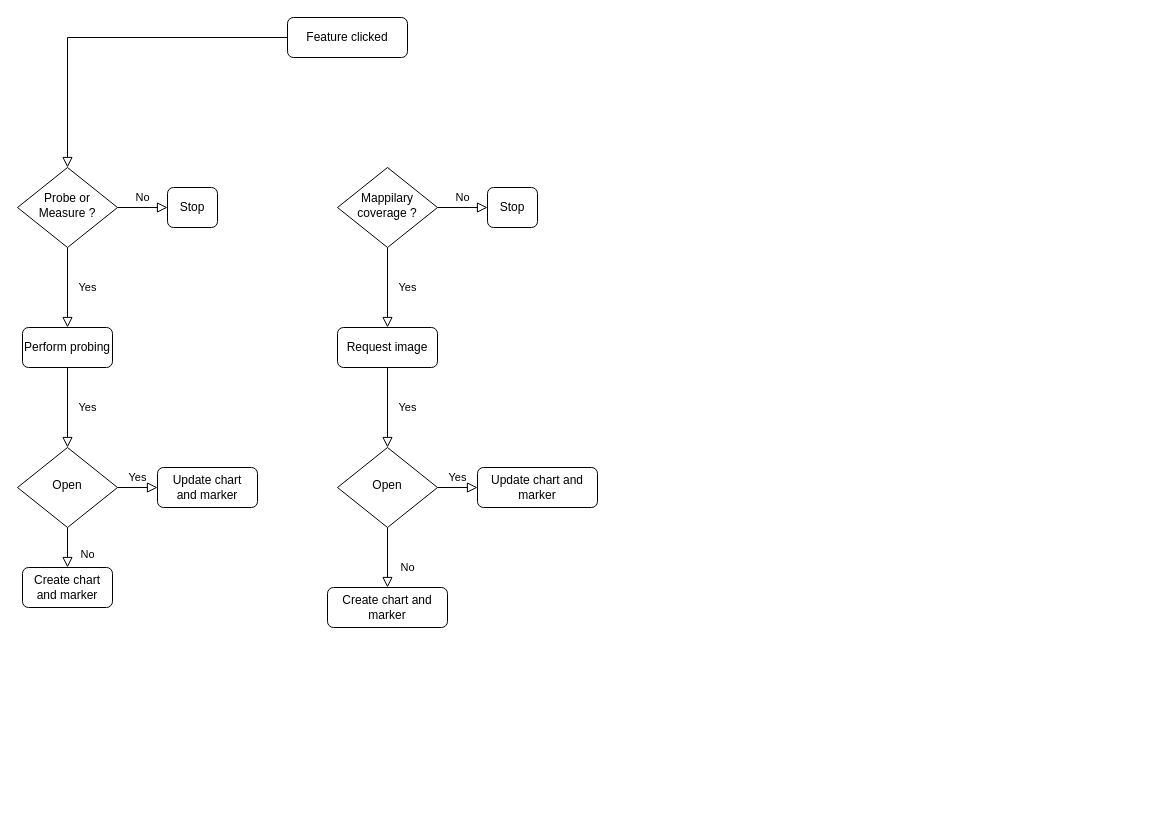
This is docs/assets/Widgets Workflow Diagram.drawio from kalisio/kdk, a draw.io file, before an edit. Source tidied: cells renumbered, new cells numbered last; positions are measured from the earlier drawing's top-left corner, leaving out a move shared by most shapes. Both pictures are drawn from the tidied source at 100%, with x=0, y=0 at pixel (17, 17).
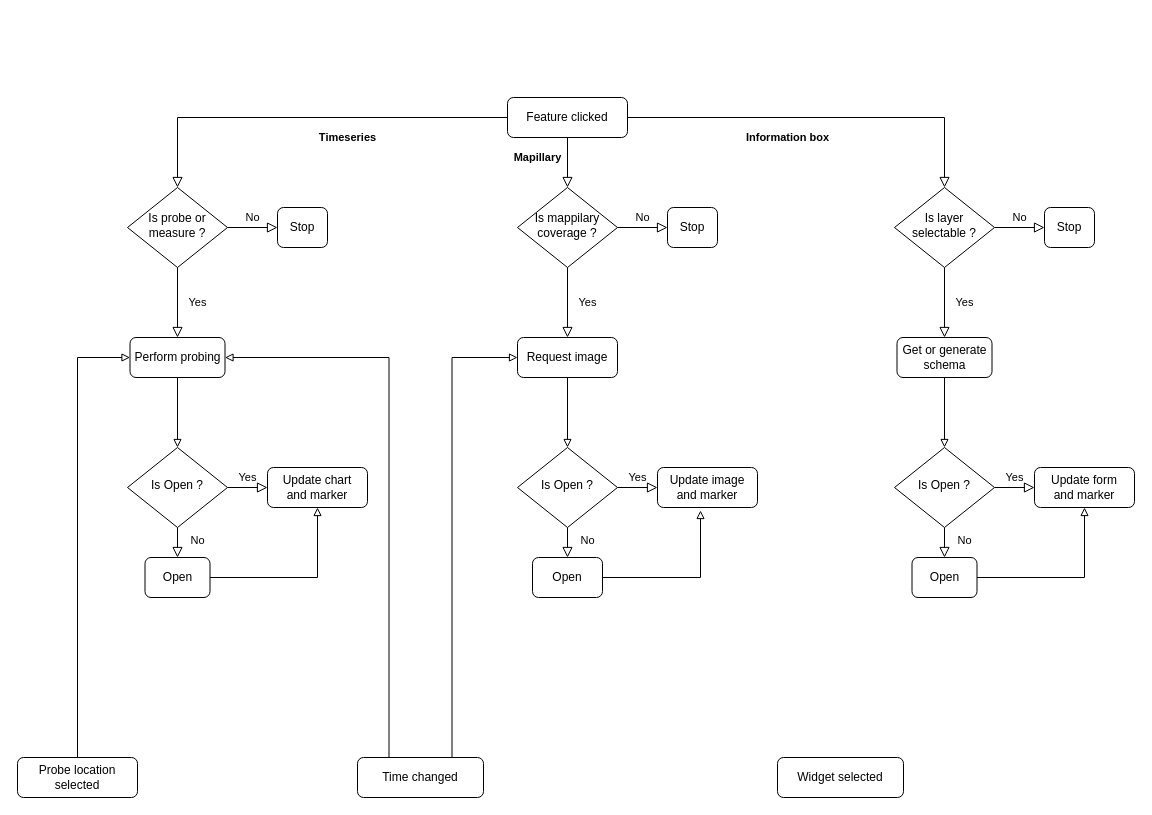
After the change.

Diff of the diagram source:
```diff
@@
-    <mxCell id="2" style="rounded=0;html=1;jettySize=auto;fontSize=11;endArrow=block;endFill=0;endSize=8;strokeWidth=1;shadow=0;labelBackgroundColor=none;edgeStyle=orthogonalEdgeStyle;" parent="1" edge="1" source="3" target="6">
-      <mxGeometry relative="1" as="geometry" />
+    <mxCell id="2" value="Timeseries" style="rounded=0;html=1;jettySize=auto;fontSize=11;endArrow=block;endFill=0;endSize=8;strokeWidth=1;shadow=0;labelBackgroundColor=none;edgeStyle=orthogonalEdgeStyle;fontStyle=1;" parent="1" edge="1" source="3" target="6">
+      <mxGeometry x="0.75" y="170" relative="1" as="geometry" />
     </mxCell>
     <mxCell id="3" value="Feature clicked" style="rounded=1;whiteSpace=wrap;html=1;fontSize=12;glass=0;strokeWidth=1;shadow=0;" parent="1" vertex="1">
-      <mxGeometry x="270" width="120" height="40" as="geometry" />
+      <mxGeometry x="490" y="80" width="120" height="40" as="geometry" />
     </mxCell>
@@
-    <mxCell id="6" value="Probe or Measure ?" style="rhombus;whiteSpace=wrap;html=1;shadow=0;fontFamily=Helvetica;fontSize=12;align=center;strokeWidth=1;spacing=6;spacingTop=-4;" parent="1" vertex="1">
-      <mxGeometry y="150" width="100" height="80" as="geometry" />
+    <mxCell id="6" value="Is probe or measure ?" style="rhombus;whiteSpace=wrap;html=1;shadow=0;fontFamily=Helvetica;fontSize=12;align=center;strokeWidth=1;spacing=6;spacingTop=-4;" parent="1" vertex="1">
+      <mxGeometry x="110" y="170" width="100" height="80" as="geometry" />
     </mxCell>
     <mxCell id="7" value="Stop" style="rounded=1;whiteSpace=wrap;html=1;fontSize=12;glass=0;strokeWidth=1;shadow=0;" parent="1" vertex="1">
-      <mxGeometry x="150" y="170" width="50" height="40" as="geometry" />
+      <mxGeometry x="260" y="190" width="50" height="40" as="geometry" />
     </mxCell>
@@
-    <mxCell id="10" value="Open" style="rhombus;whiteSpace=wrap;html=1;shadow=0;fontFamily=Helvetica;fontSize=12;align=center;strokeWidth=1;spacing=6;spacingTop=-4;" parent="1" vertex="1">
-      <mxGeometry y="430" width="100" height="80" as="geometry" />
+    <mxCell id="10" value="Is Open ?" style="rhombus;whiteSpace=wrap;html=1;shadow=0;fontFamily=Helvetica;fontSize=12;align=center;strokeWidth=1;spacing=6;spacingTop=-4;" parent="1" vertex="1">
+      <mxGeometry x="110" y="430" width="100" height="80" as="geometry" />
     </mxCell>
-    <mxCell id="11" value="Create chart&lt;br&gt;and marker" style="rounded=1;whiteSpace=wrap;html=1;fontSize=12;glass=0;strokeWidth=1;shadow=0;" parent="1" vertex="1">
-      <mxGeometry x="5" y="550" width="90" height="40" as="geometry" />
+    <mxCell id="11" value="Open" style="rounded=1;whiteSpace=wrap;html=1;fontSize=12;glass=0;strokeWidth=1;shadow=0;" parent="1" vertex="1">
+      <mxGeometry x="127.5" y="540" width="65" height="40" as="geometry" />
     </mxCell>
     <mxCell id="12" value="Update chart&lt;br&gt;and marker" style="rounded=1;whiteSpace=wrap;html=1;fontSize=12;glass=0;strokeWidth=1;shadow=0;" parent="1" vertex="1">
-      <mxGeometry x="140" y="450" width="100" height="40" as="geometry" />
+      <mxGeometry x="250" y="450" width="100" height="40" as="geometry" />
     </mxCell>
+    <mxCell id="14" style="edgeStyle=orthogonalEdgeStyle;rounded=0;jettySize=auto;html=1;exitX=0.5;exitY=1;exitDx=0;exitDy=0;entryX=0.5;entryY=0;entryDx=0;entryDy=0;endArrow=block;endFill=0;" parent="1" edge="1" source="13" target="10">
+      <mxGeometry relative="1" as="geometry" />
+    </mxCell>
     <mxCell id="13" value="Perform probing" style="rounded=1;whiteSpace=wrap;html=1;fontSize=12;glass=0;strokeWidth=1;shadow=0;" parent="1" vertex="1">
-      <mxGeometry x="5" y="310" width="90" height="40" as="geometry" />
+      <mxGeometry x="112.5" y="320" width="95" height="40" as="geometry" />
     </mxCell>
-    <mxCell id="14" value="Yes" style="rounded=0;html=1;jettySize=auto;fontSize=11;endArrow=block;endFill=0;endSize=8;strokeWidth=1;shadow=0;labelBackgroundColor=none;edgeStyle=orthogonalEdgeStyle;entryX=0.5;entryY=0;entryDx=0;entryDy=0;exitX=0.5;exitY=1;exitDx=0;exitDy=0;" parent="1" edge="1" source="13" target="10">
-      <mxGeometry y="20" relative="1" as="geometry" />
-    </mxCell>
@@
-    <mxCell id="17" value="Mappilary coverage ?" style="rhombus;whiteSpace=wrap;html=1;shadow=0;fontFamily=Helvetica;fontSize=12;align=center;strokeWidth=1;spacing=6;spacingTop=-4;" parent="1" vertex="1">
-      <mxGeometry x="320" y="150" width="100" height="80" as="geometry" />
+    <mxCell id="17" value="Is mappilary coverage ?" style="rhombus;whiteSpace=wrap;html=1;shadow=0;fontFamily=Helvetica;fontSize=12;align=center;strokeWidth=1;spacing=6;spacingTop=-4;" parent="1" vertex="1">
+      <mxGeometry x="500" y="170" width="100" height="80" as="geometry" />
     </mxCell>
     <mxCell id="18" value="Stop" style="rounded=1;whiteSpace=wrap;html=1;fontSize=12;glass=0;strokeWidth=1;shadow=0;" parent="1" vertex="1">
-      <mxGeometry x="470" y="170" width="50" height="40" as="geometry" />
+      <mxGeometry x="650" y="190" width="50" height="40" as="geometry" />
     </mxCell>
-    <mxCell id="19" value="No" style="rounded=0;html=1;jettySize=auto;fontSize=11;endArrow=block;endFill=0;endSize=8;strokeWidth=1;shadow=0;labelBackgroundColor=none;edgeStyle=orthogonalEdgeStyle;" parent="1" edge="1" source="21" target="22">
+    <mxCell id="19" value="No" style="rounded=0;html=1;jettySize=auto;fontSize=11;endArrow=block;endFill=0;endSize=8;strokeWidth=1;shadow=0;labelBackgroundColor=none;edgeStyle=orthogonalEdgeStyle;entryX=0.5;entryY=0;entryDx=0;entryDy=0;" parent="1" edge="1" source="21" target="22">
       <mxGeometry x="0.33" y="20" relative="1" as="geometry" />
     </mxCell>
@@
-    <mxCell id="21" value="Open" style="rhombus;whiteSpace=wrap;html=1;shadow=0;fontFamily=Helvetica;fontSize=12;align=center;strokeWidth=1;spacing=6;spacingTop=-4;" parent="1" vertex="1">
-      <mxGeometry x="320" y="430" width="100" height="80" as="geometry" />
+    <mxCell id="21" value="Is Open ?" style="rhombus;whiteSpace=wrap;html=1;shadow=0;fontFamily=Helvetica;fontSize=12;align=center;strokeWidth=1;spacing=6;spacingTop=-4;" parent="1" vertex="1">
+      <mxGeometry x="500" y="430" width="100" height="80" as="geometry" />
     </mxCell>
-    <mxCell id="22" value="Create chart and marker" style="rounded=1;whiteSpace=wrap;html=1;fontSize=12;glass=0;strokeWidth=1;shadow=0;" parent="1" vertex="1">
-      <mxGeometry x="310" y="570" width="120" height="40" as="geometry" />
+    <mxCell id="22" value="Open" style="rounded=1;whiteSpace=wrap;html=1;fontSize=12;glass=0;strokeWidth=1;shadow=0;" parent="1" vertex="1">
+      <mxGeometry x="515" y="540" width="70" height="40" as="geometry" />
     </mxCell>
-    <mxCell id="23" value="Update chart and marker" style="rounded=1;whiteSpace=wrap;html=1;fontSize=12;glass=0;strokeWidth=1;shadow=0;" parent="1" vertex="1">
-      <mxGeometry x="460" y="450" width="120" height="40" as="geometry" />
+    <mxCell id="23" value="Update image&lt;br&gt;and marker" style="rounded=1;whiteSpace=wrap;html=1;fontSize=12;glass=0;strokeWidth=1;shadow=0;" parent="1" vertex="1">
+      <mxGeometry x="640" y="450" width="100" height="40" as="geometry" />
     </mxCell>
     <mxCell id="24" value="Request image" style="rounded=1;whiteSpace=wrap;html=1;fontSize=12;glass=0;strokeWidth=1;shadow=0;" parent="1" vertex="1">
-      <mxGeometry x="320" y="310" width="100" height="40" as="geometry" />
+      <mxGeometry x="500" y="320" width="100" height="40" as="geometry" />
     </mxCell>
+    <mxCell id="26" style="edgeStyle=orthogonalEdgeStyle;rounded=0;jettySize=auto;html=1;exitX=1;exitY=0.5;exitDx=0;exitDy=0;entryX=0.5;entryY=1;entryDx=0;entryDy=0;endArrow=block;endFill=0;" parent="1" edge="1" source="11" target="12">
+      <mxGeometry relative="1" as="geometry" />
+    </mxCell>
-    <mxCell id="25" value="Yes" style="rounded=0;html=1;jettySize=auto;fontSize=11;endArrow=block;endFill=0;endSize=8;strokeWidth=1;shadow=0;labelBackgroundColor=none;edgeStyle=orthogonalEdgeStyle;entryX=0.5;entryY=0;entryDx=0;entryDy=0;exitX=0.5;exitY=1;exitDx=0;exitDy=0;" parent="1" edge="1" source="24" target="21">
-      <mxGeometry y="20" relative="1" as="geometry" />
+    <mxCell id="25" style="edgeStyle=orthogonalEdgeStyle;rounded=0;jettySize=auto;html=1;exitX=0.5;exitY=1;exitDx=0;exitDy=0;entryX=0.5;entryY=0;entryDx=0;entryDy=0;endArrow=block;endFill=0;" parent="1" edge="1" source="24" target="21">
+      <mxGeometry relative="1" as="geometry" />
     </mxCell>
+    <mxCell id="27" style="edgeStyle=orthogonalEdgeStyle;rounded=0;jettySize=auto;html=1;exitX=1;exitY=0.5;exitDx=0;exitDy=0;entryX=0.43;entryY=1.075;entryDx=0;entryDy=0;endArrow=block;endFill=0;entryPerimeter=0;" parent="1" edge="1" source="22" target="23">
+      <mxGeometry relative="1" as="geometry" />
+    </mxCell>
+    <mxCell id="28" value="Mapillary" style="rounded=0;html=1;jettySize=auto;fontSize=11;endArrow=block;endFill=0;endSize=8;strokeWidth=1;shadow=0;labelBackgroundColor=none;edgeStyle=orthogonalEdgeStyle;exitX=0.5;exitY=1;exitDx=0;exitDy=0;fontStyle=1;" parent="1" edge="1" source="3" target="17">
+      <mxGeometry x="-0.2" y="-30" relative="1" as="geometry" />
+    </mxCell>
+    <mxCell id="29" value="Yes" style="rounded=0;html=1;jettySize=auto;fontSize=11;endArrow=block;endFill=0;endSize=8;strokeWidth=1;shadow=0;labelBackgroundColor=none;edgeStyle=orthogonalEdgeStyle;" parent="1" edge="1" source="31" target="39">
+      <mxGeometry y="20" relative="1" as="geometry" />
+    </mxCell>
+    <mxCell id="30" value="No" style="edgeStyle=orthogonalEdgeStyle;rounded=0;html=1;jettySize=auto;fontSize=11;endArrow=block;endFill=0;endSize=8;strokeWidth=1;shadow=0;labelBackgroundColor=none;" parent="1" edge="1" source="31" target="32">
+      <mxGeometry y="10" relative="1" as="geometry" />
+    </mxCell>
+    <mxCell id="31" value="Is layer selectable ?" style="rhombus;whiteSpace=wrap;html=1;shadow=0;fontFamily=Helvetica;fontSize=12;align=center;strokeWidth=1;spacing=6;spacingTop=-4;" parent="1" vertex="1">
+      <mxGeometry x="877" y="170" width="100" height="80" as="geometry" />
+    </mxCell>
+    <mxCell id="32" value="Stop" style="rounded=1;whiteSpace=wrap;html=1;fontSize=12;glass=0;strokeWidth=1;shadow=0;" parent="1" vertex="1">
+      <mxGeometry x="1027" y="190" width="50" height="40" as="geometry" />
+    </mxCell>
+    <mxCell id="33" value="No" style="rounded=0;html=1;jettySize=auto;fontSize=11;endArrow=block;endFill=0;endSize=8;strokeWidth=1;shadow=0;labelBackgroundColor=none;edgeStyle=orthogonalEdgeStyle;" parent="1" edge="1" source="35" target="36">
+      <mxGeometry x="0.33" y="20" relative="1" as="geometry" />
+    </mxCell>
+    <mxCell id="34" value="Yes" style="edgeStyle=orthogonalEdgeStyle;rounded=0;html=1;jettySize=auto;fontSize=11;endArrow=block;endFill=0;endSize=8;strokeWidth=1;shadow=0;labelBackgroundColor=none;" parent="1" edge="1" source="35" target="37">
+      <mxGeometry y="10" relative="1" as="geometry" />
+    </mxCell>
+    <mxCell id="35" value="Is Open ?" style="rhombus;whiteSpace=wrap;html=1;shadow=0;fontFamily=Helvetica;fontSize=12;align=center;strokeWidth=1;spacing=6;spacingTop=-4;" parent="1" vertex="1">
+      <mxGeometry x="877" y="430" width="100" height="80" as="geometry" />
+    </mxCell>
+    <mxCell id="36" value="Open" style="rounded=1;whiteSpace=wrap;html=1;fontSize=12;glass=0;strokeWidth=1;shadow=0;" parent="1" vertex="1">
+      <mxGeometry x="894.5" y="540" width="65" height="40" as="geometry" />
+    </mxCell>
+    <mxCell id="37" value="Update form&lt;br&gt;and marker" style="rounded=1;whiteSpace=wrap;html=1;fontSize=12;glass=0;strokeWidth=1;shadow=0;" parent="1" vertex="1">
+      <mxGeometry x="1017" y="450" width="100" height="40" as="geometry" />
+    </mxCell>
+    <mxCell id="38" style="edgeStyle=orthogonalEdgeStyle;rounded=0;jettySize=auto;html=1;exitX=0.5;exitY=1;exitDx=0;exitDy=0;entryX=0.5;entryY=0;entryDx=0;entryDy=0;endArrow=block;endFill=0;" parent="1" edge="1" source="39" target="35">
+      <mxGeometry relative="1" as="geometry" />
+    </mxCell>
+    <mxCell id="39" value="Get or generate schema" style="rounded=1;whiteSpace=wrap;html=1;fontSize=12;glass=0;strokeWidth=1;shadow=0;" parent="1" vertex="1">
+      <mxGeometry x="879.5" y="320" width="95" height="40" as="geometry" />
+    </mxCell>
+    <mxCell id="40" style="edgeStyle=orthogonalEdgeStyle;rounded=0;jettySize=auto;html=1;exitX=1;exitY=0.5;exitDx=0;exitDy=0;entryX=0.5;entryY=1;entryDx=0;entryDy=0;endArrow=block;endFill=0;" parent="1" edge="1" source="36" target="37">
+      <mxGeometry relative="1" as="geometry" />
+    </mxCell>
+    <mxCell id="41" value="Information box" style="rounded=0;html=1;jettySize=auto;fontSize=11;endArrow=block;endFill=0;endSize=8;strokeWidth=1;shadow=0;labelBackgroundColor=none;edgeStyle=orthogonalEdgeStyle;fontStyle=1;exitX=1;exitY=0.5;exitDx=0;exitDy=0;entryX=0.5;entryY=0;entryDx=0;entryDy=0;" parent="1" edge="1" source="3" target="31">
+      <mxGeometry x="0.74" y="-157" relative="1" as="geometry" />
+    </mxCell>
+    <mxCell id="42" value="Time changed" style="rounded=1;whiteSpace=wrap;html=1;fontSize=12;glass=0;strokeWidth=1;shadow=0;" parent="1" vertex="1">
+      <mxGeometry x="340" y="740" width="126" height="40" as="geometry" />
+    </mxCell>
+    <mxCell id="43" style="edgeStyle=orthogonalEdgeStyle;rounded=0;jettySize=auto;html=1;exitX=0.25;exitY=0;exitDx=0;exitDy=0;entryX=1;entryY=0.5;entryDx=0;entryDy=0;endArrow=block;endFill=0;" parent="1" edge="1" source="42" target="13">
+      <mxGeometry relative="1" as="geometry" />
+    </mxCell>
+    <mxCell id="44" style="edgeStyle=orthogonalEdgeStyle;rounded=0;jettySize=auto;html=1;exitX=0.75;exitY=0;exitDx=0;exitDy=0;entryX=0;entryY=0.5;entryDx=0;entryDy=0;endArrow=block;endFill=0;" parent="1" edge="1" source="42" target="24">
+      <mxGeometry relative="1" as="geometry" />
+    </mxCell>
+    <mxCell id="45" value="Probe location selected" style="rounded=1;whiteSpace=wrap;html=1;fontSize=12;glass=0;strokeWidth=1;shadow=0;" parent="1" vertex="1">
+      <mxGeometry y="740" width="120" height="40" as="geometry" />
+    </mxCell>
+    <mxCell id="46" style="edgeStyle=orthogonalEdgeStyle;rounded=0;jettySize=auto;html=1;exitX=0.5;exitY=0;exitDx=0;exitDy=0;entryX=0;entryY=0.5;entryDx=0;entryDy=0;endArrow=block;endFill=0;" parent="1" edge="1" source="45" target="13">
+      <mxGeometry relative="1" as="geometry" />
+    </mxCell>
+    <mxCell id="47" value="Widget selected" style="rounded=1;whiteSpace=wrap;html=1;fontSize=12;glass=0;strokeWidth=1;shadow=0;" parent="1" vertex="1">
+      <mxGeometry x="760" y="740" width="126" height="40" as="geometry" />
+    </mxCell>
```
